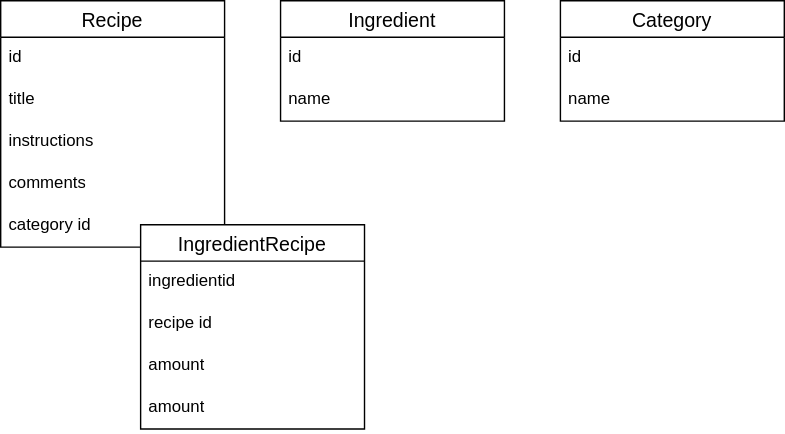
The draw.io diagram db-diagram.drawio.svg in kimmykokonut/recipe-compendium, before a commit. Source tidied: cells renumbered, new cells last; positions are measured from the earlier drawing's top-left corner, leaving out a move shared by most shapes. The source it was exported from:
```xml
<mxGraphModel>
  <root>
    <mxCell id="0" />
    <mxCell id="1" parent="0" />
    <mxCell id="2" value="Recipe" style="swimlane;fontStyle=0;horizontal=1;startSize=26;align=center;fontSize=14;" parent="1" vertex="1">
      <mxGeometry width="160" height="176" as="geometry" />
    </mxCell>
    <mxCell id="3" value="id" style="text;strokeColor=none;fillColor=none;spacingLeft=4;spacingRight=4;overflow=hidden;fontSize=12;whiteSpace=wrap;html=1;" parent="2" vertex="1">
      <mxGeometry y="26" width="160" height="30" as="geometry" />
    </mxCell>
    <mxCell id="4" value="title" style="text;strokeColor=none;fillColor=none;spacingLeft=4;spacingRight=4;overflow=hidden;fontSize=12;whiteSpace=wrap;html=1;" parent="2" vertex="1">
      <mxGeometry y="56" width="160" height="30" as="geometry" />
    </mxCell>
    <mxCell id="5" value="instructions" style="text;strokeColor=none;fillColor=none;spacingLeft=4;spacingRight=4;overflow=hidden;fontSize=12;whiteSpace=wrap;html=1;" parent="2" vertex="1">
      <mxGeometry y="86" width="160" height="30" as="geometry" />
    </mxCell>
    <mxCell id="6" value="comments" style="text;strokeColor=none;fillColor=none;spacingLeft=4;spacingRight=4;overflow=hidden;fontSize=12;whiteSpace=wrap;html=1;" parent="2" vertex="1">
      <mxGeometry y="116" width="160" height="30" as="geometry" />
    </mxCell>
    <mxCell id="7" value="category id&amp;nbsp;" style="text;strokeColor=none;fillColor=none;spacingLeft=4;spacingRight=4;overflow=hidden;fontSize=12;whiteSpace=wrap;html=1;" parent="2" vertex="1">
      <mxGeometry y="146" width="160" height="30" as="geometry" />
    </mxCell>
    <mxCell id="8" value="Ingredient" style="swimlane;fontStyle=0;horizontal=1;startSize=26;align=center;fontSize=14;" parent="1" vertex="1">
      <mxGeometry x="200" width="160" height="86" as="geometry" />
    </mxCell>
    <mxCell id="9" value="id" style="text;strokeColor=none;fillColor=none;spacingLeft=4;spacingRight=4;overflow=hidden;fontSize=12;whiteSpace=wrap;html=1;" parent="8" vertex="1">
      <mxGeometry y="26" width="160" height="30" as="geometry" />
    </mxCell>
    <mxCell id="10" value="name" style="text;strokeColor=none;fillColor=none;spacingLeft=4;spacingRight=4;overflow=hidden;fontSize=12;whiteSpace=wrap;html=1;" parent="8" vertex="1">
      <mxGeometry y="56" width="160" height="30" as="geometry" />
    </mxCell>
    <mxCell id="11" value="IngredientRecipe" style="swimlane;fontStyle=0;horizontal=1;startSize=26;align=center;fontSize=14;" parent="1" vertex="1">
      <mxGeometry x="100" y="160" width="160" height="146" as="geometry" />
    </mxCell>
    <mxCell id="12" value="ingredientid" style="text;strokeColor=none;fillColor=none;spacingLeft=4;spacingRight=4;overflow=hidden;fontSize=12;whiteSpace=wrap;html=1;" parent="11" vertex="1">
      <mxGeometry y="26" width="160" height="30" as="geometry" />
    </mxCell>
    <mxCell id="13" value="recipe id" style="text;strokeColor=none;fillColor=none;spacingLeft=4;spacingRight=4;overflow=hidden;fontSize=12;whiteSpace=wrap;html=1;" parent="11" vertex="1">
      <mxGeometry y="56" width="160" height="30" as="geometry" />
    </mxCell>
    <mxCell id="14" value="amount" style="text;strokeColor=none;fillColor=none;spacingLeft=4;spacingRight=4;overflow=hidden;fontSize=12;whiteSpace=wrap;html=1;" parent="11" vertex="1">
      <mxGeometry y="86" width="160" height="30" as="geometry" />
    </mxCell>
    <mxCell id="15" value="amount" style="text;strokeColor=none;fillColor=none;spacingLeft=4;spacingRight=4;overflow=hidden;fontSize=12;whiteSpace=wrap;html=1;" parent="11" vertex="1">
      <mxGeometry y="116" width="160" height="30" as="geometry" />
    </mxCell>
    <mxCell id="16" value="Category" style="swimlane;fontStyle=0;horizontal=1;startSize=26;align=center;fontSize=14;" parent="1" vertex="1">
      <mxGeometry x="400" width="160" height="86" as="geometry" />
    </mxCell>
    <mxCell id="17" value="id" style="text;strokeColor=none;fillColor=none;spacingLeft=4;spacingRight=4;overflow=hidden;fontSize=12;whiteSpace=wrap;html=1;" parent="16" vertex="1">
      <mxGeometry y="26" width="160" height="30" as="geometry" />
    </mxCell>
    <mxCell id="18" value="name" style="text;strokeColor=none;fillColor=none;spacingLeft=4;spacingRight=4;overflow=hidden;fontSize=12;whiteSpace=wrap;html=1;" parent="16" vertex="1">
      <mxGeometry y="56" width="160" height="30" as="geometry" />
    </mxCell>
  </root>
</mxGraphModel>
```
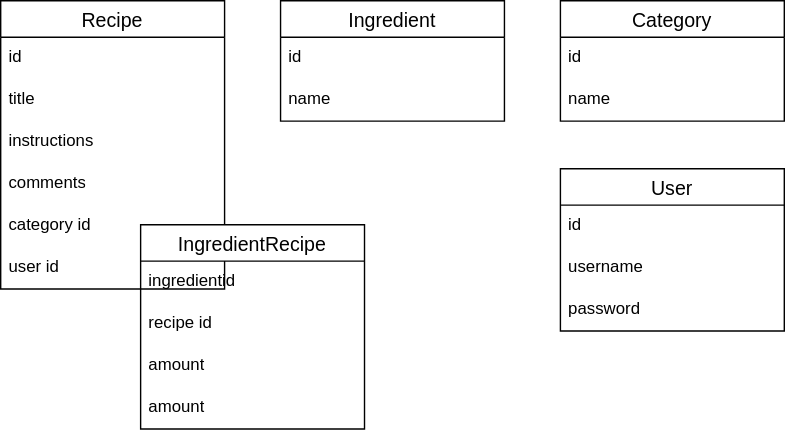
Later version of the same file.

What changed in the source:
```diff
@@ -3,7 +3,7 @@
     <mxCell id="0" />
     <mxCell id="1" parent="0" />
     <mxCell id="2" value="Recipe" style="swimlane;fontStyle=0;horizontal=1;startSize=26;align=center;fontSize=14;" parent="1" vertex="1">
-      <mxGeometry width="160" height="176" as="geometry" />
+      <mxGeometry width="160" height="206" as="geometry" />
     </mxCell>
     <mxCell id="3" value="id" style="text;strokeColor=none;fillColor=none;spacingLeft=4;spacingRight=4;overflow=hidden;fontSize=12;whiteSpace=wrap;html=1;" parent="2" vertex="1">
       <mxGeometry y="26" width="160" height="30" as="geometry" />
@@ -20,6 +20,9 @@
     <mxCell id="7" value="category id&amp;nbsp;" style="text;strokeColor=none;fillColor=none;spacingLeft=4;spacingRight=4;overflow=hidden;fontSize=12;whiteSpace=wrap;html=1;" parent="2" vertex="1">
       <mxGeometry y="146" width="160" height="30" as="geometry" />
     </mxCell>
+    <mxCell id="19" value="user id" style="text;strokeColor=none;fillColor=none;spacingLeft=4;spacingRight=4;overflow=hidden;fontSize=12;whiteSpace=wrap;html=1;" parent="2" vertex="1">
+      <mxGeometry y="176" width="160" height="30" as="geometry" />
+    </mxCell>
     <mxCell id="8" value="Ingredient" style="swimlane;fontStyle=0;horizontal=1;startSize=26;align=center;fontSize=14;" parent="1" vertex="1">
       <mxGeometry x="200" width="160" height="86" as="geometry" />
     </mxCell>
@@ -53,5 +56,17 @@
     <mxCell id="18" value="name" style="text;strokeColor=none;fillColor=none;spacingLeft=4;spacingRight=4;overflow=hidden;fontSize=12;whiteSpace=wrap;html=1;" parent="16" vertex="1">
       <mxGeometry y="56" width="160" height="30" as="geometry" />
     </mxCell>
+    <mxCell id="20" value="User" style="swimlane;fontStyle=0;horizontal=1;startSize=26;align=center;fontSize=14;" parent="1" vertex="1">
+      <mxGeometry x="400" y="120" width="160" height="116" as="geometry" />
+    </mxCell>
+    <mxCell id="21" value="id" style="text;strokeColor=none;fillColor=none;spacingLeft=4;spacingRight=4;overflow=hidden;fontSize=12;whiteSpace=wrap;html=1;" parent="20" vertex="1">
+      <mxGeometry y="26" width="160" height="30" as="geometry" />
+    </mxCell>
+    <mxCell id="22" value="username" style="text;strokeColor=none;fillColor=none;spacingLeft=4;spacingRight=4;overflow=hidden;fontSize=12;whiteSpace=wrap;html=1;" parent="20" vertex="1">
+      <mxGeometry y="56" width="160" height="30" as="geometry" />
+    </mxCell>
+    <mxCell id="23" value="password" style="text;strokeColor=none;fillColor=none;spacingLeft=4;spacingRight=4;overflow=hidden;fontSize=12;whiteSpace=wrap;html=1;" parent="20" vertex="1">
+      <mxGeometry y="86" width="160" height="30" as="geometry" />
+    </mxCell>
   </root>
 </mxGraphModel>
```
